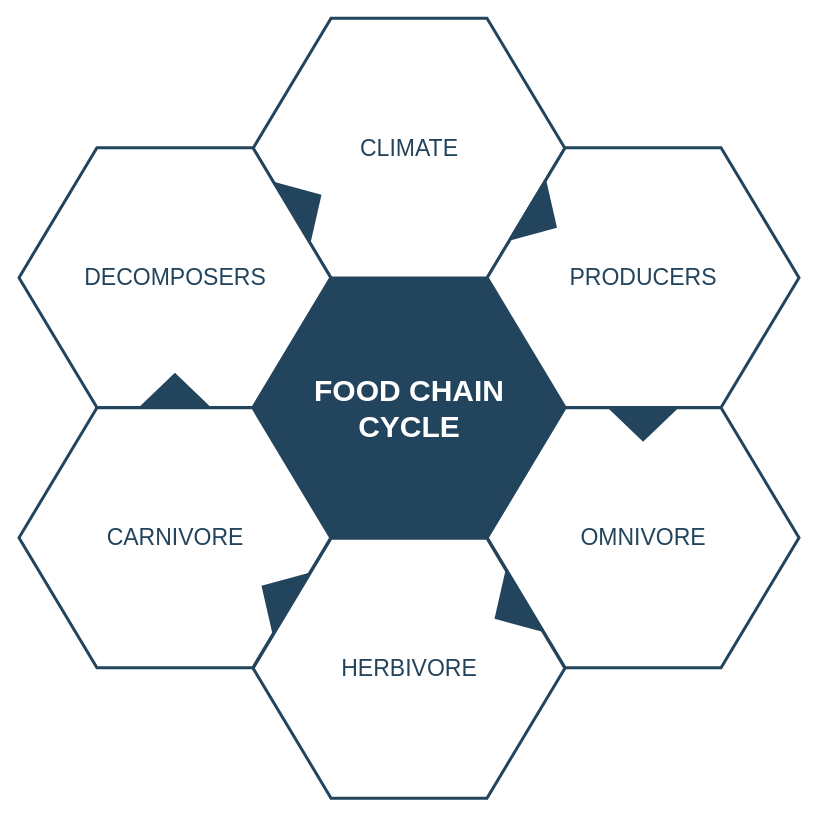
The draw.io diagram 未命名绘图.drawio in lealmeng/web-ui, before the edit. Source tidied: cells renumbered, new cells numbered last; positions are measured from the earlier drawing's top-left corner, leaving out a move shared by most shapes. Both pictures are drawn from the tidied source at 100%, with x=0, y=0 at pixel (18, 18).
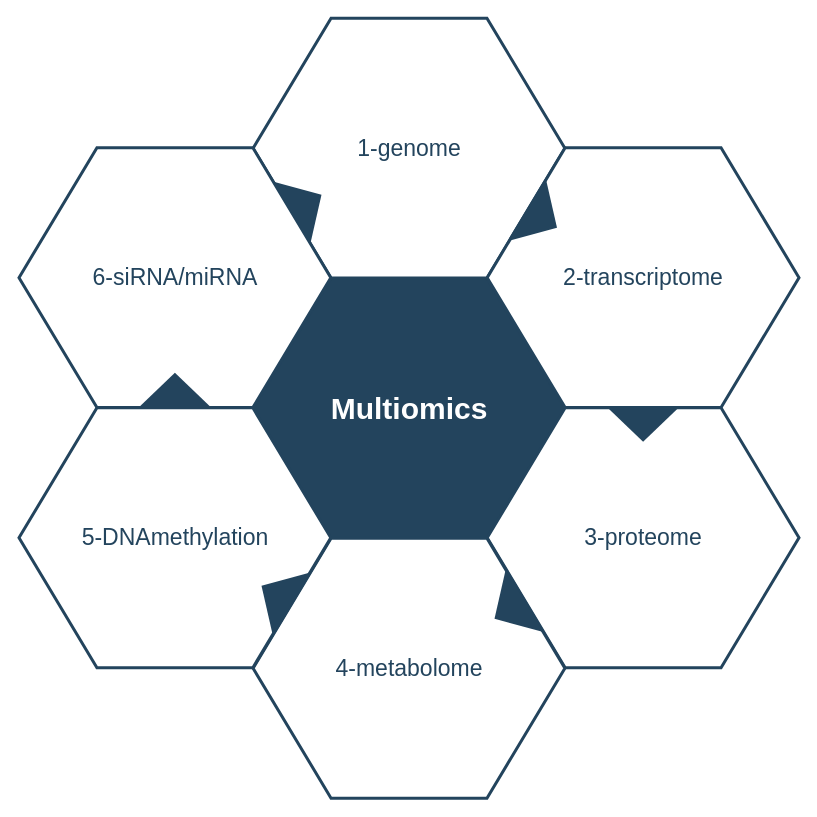
Above is the later version.

Commit message:
更新未命名绘图.drawio

Change to the diagram source:
```diff
@@
 <mxGraphModel>
   <root>
     <mxCell id="0" />
     <mxCell id="1" parent="0" />
-    <mxCell id="2" value="&lt;font style=&quot;font-size: 30px&quot; color=&quot;#ffffff&quot;&gt;&lt;b&gt;&lt;span&gt;FOOD CHAIN&lt;/span&gt;&lt;br&gt;&lt;span&gt;CYCLE&lt;/span&gt;&lt;/b&gt;&lt;/font&gt;&lt;br&gt;" style="shape=hexagon;perimeter=hexagonPerimeter2;whiteSpace=wrap;html=1;shadow=0;labelBackgroundColor=none;strokeColor=#23445D;fillColor=#23445D;gradientColor=none;fontFamily=Helvetica;fontSize=23;fontColor=#23445d;align=center;strokeWidth=3;" parent="1" vertex="1">
+    <mxCell id="2" value="&lt;font color=&quot;#ffffff&quot;&gt;&lt;span style=&quot;font-size: 30px;&quot;&gt;&lt;b&gt;Multiomics&lt;/b&gt;&lt;/span&gt;&lt;/font&gt;" style="shape=hexagon;perimeter=hexagonPerimeter2;whiteSpace=wrap;html=1;shadow=0;labelBackgroundColor=none;strokeColor=#23445D;fillColor=#23445D;gradientColor=none;fontFamily=Helvetica;fontSize=23;fontColor=#23445d;align=center;strokeWidth=3;" parent="1" vertex="1">
       <mxGeometry x="234.6" y="259.8" width="311.8" height="259.9" as="geometry" />
     </mxCell>
     <mxCell id="3" style="triangle;whiteSpace=wrap;html=1;shadow=0;labelBackgroundColor=none;strokeColor=none;fillColor=#FFFFFF;fontFamily=Helvetica;fontSize=17;fontColor=#23445d;align=center;rotation=90;gradientColor=none;flipV=1;flipH=1;opacity=20;" parent="1" vertex="1">
       <mxGeometry x="115.5" y="277.7" width="72" height="152" as="geometry" />
     </mxCell>
-    <mxCell id="4" value="&lt;font style=&quot;font-size: 23px&quot;&gt;CLIMATE&lt;/font&gt;" style="shape=hexagon;perimeter=hexagonPerimeter2;whiteSpace=wrap;html=1;shadow=0;labelBackgroundColor=none;strokeColor=#23445D;fillColor=#ffffff;gradientColor=none;fontFamily=Helvetica;fontSize=23;fontColor=#23445D;align=center;strokeWidth=3;" parent="1" vertex="1">
+    <mxCell id="4" value="&lt;font style=&quot;font-size: 23px&quot;&gt;1-genome&lt;/font&gt;" style="shape=hexagon;perimeter=hexagonPerimeter2;whiteSpace=wrap;html=1;shadow=0;labelBackgroundColor=none;strokeColor=#23445D;fillColor=#ffffff;gradientColor=none;fontFamily=Helvetica;fontSize=23;fontColor=#23445D;align=center;strokeWidth=3;" parent="1" vertex="1">
       <mxGeometry x="234.6" y="-0.3" width="311.8" height="259.9" as="geometry" />
     </mxCell>
-    <mxCell id="5" value="&lt;font style=&quot;font-size: 23px&quot;&gt;PRODUCERS&lt;/font&gt;" style="shape=hexagon;perimeter=hexagonPerimeter2;whiteSpace=wrap;html=1;shadow=0;labelBackgroundColor=none;strokeColor=#23445D;fillColor=#FFFFFF;gradientColor=none;fontFamily=Helvetica;fontSize=23;fontColor=#23445d;align=center;strokeWidth=3;" parent="1" vertex="1">
+    <mxCell id="5" value="&lt;font style=&quot;font-size: 23px&quot;&gt;2-transcriptome&lt;/font&gt;" style="shape=hexagon;perimeter=hexagonPerimeter2;whiteSpace=wrap;html=1;shadow=0;labelBackgroundColor=none;strokeColor=#23445D;fillColor=#FFFFFF;gradientColor=none;fontFamily=Helvetica;fontSize=23;fontColor=#23445d;align=center;strokeWidth=3;" parent="1" vertex="1">
       <mxGeometry x="468.7" y="129.2" width="311.8" height="259.9" as="geometry" />
     </mxCell>
-    <mxCell id="6" value="&lt;font style=&quot;font-size: 23px&quot;&gt;OMNIVORE&lt;/font&gt;" style="shape=hexagon;perimeter=hexagonPerimeter2;whiteSpace=wrap;html=1;shadow=0;labelBackgroundColor=none;strokeColor=#23445D;fillColor=#FFFFFF;gradientColor=none;fontFamily=Helvetica;fontSize=23;fontColor=#23445d;align=center;strokeWidth=3;" parent="1" vertex="1">
+    <mxCell id="6" value="&lt;font style=&quot;font-size: 23px&quot;&gt;3-proteome&lt;/font&gt;" style="shape=hexagon;perimeter=hexagonPerimeter2;whiteSpace=wrap;html=1;shadow=0;labelBackgroundColor=none;strokeColor=#23445D;fillColor=#FFFFFF;gradientColor=none;fontFamily=Helvetica;fontSize=23;fontColor=#23445d;align=center;strokeWidth=3;" parent="1" vertex="1">
       <mxGeometry x="468.7" y="389.3" width="311.8" height="259.9" as="geometry" />
     </mxCell>
-    <mxCell id="7" value="&lt;font style=&quot;font-size: 23px&quot;&gt;HERBIVORE&lt;/font&gt;" style="shape=hexagon;perimeter=hexagonPerimeter2;whiteSpace=wrap;html=1;shadow=0;labelBackgroundColor=none;strokeColor=#23445D;fillColor=#FFFFFF;gradientColor=none;fontFamily=Helvetica;fontSize=23;fontColor=#23445d;align=center;strokeWidth=3;" parent="1" vertex="1">
+    <mxCell id="7" value="&lt;font style=&quot;font-size: 23px&quot;&gt;4-metabolome&lt;/font&gt;" style="shape=hexagon;perimeter=hexagonPerimeter2;whiteSpace=wrap;html=1;shadow=0;labelBackgroundColor=none;strokeColor=#23445D;fillColor=#FFFFFF;gradientColor=none;fontFamily=Helvetica;fontSize=23;fontColor=#23445d;align=center;strokeWidth=3;" parent="1" vertex="1">
       <mxGeometry x="234.6" y="519.8" width="311.8" height="259.9" as="geometry" />
     </mxCell>
-    <mxCell id="8" value="&lt;font style=&quot;font-size: 23px&quot;&gt;CARNIVORE&lt;/font&gt;" style="shape=hexagon;perimeter=hexagonPerimeter2;whiteSpace=wrap;html=1;shadow=0;labelBackgroundColor=none;strokeColor=#23445D;fillColor=#FFFFFF;gradientColor=none;fontFamily=Helvetica;fontSize=23;fontColor=#23445d;align=center;strokeWidth=3;" parent="1" vertex="1">
+    <mxCell id="8" value="&lt;font style=&quot;font-size: 23px&quot;&gt;5-DNAmethylation&lt;/font&gt;" style="shape=hexagon;perimeter=hexagonPerimeter2;whiteSpace=wrap;html=1;shadow=0;labelBackgroundColor=none;strokeColor=#23445D;fillColor=#FFFFFF;gradientColor=none;fontFamily=Helvetica;fontSize=23;fontColor=#23445d;align=center;strokeWidth=3;" parent="1" vertex="1">
       <mxGeometry x="0.5" y="389.3" width="311.8" height="259.9" as="geometry" />
     </mxCell>
-    <mxCell id="9" value="&lt;font style=&quot;font-size: 23px;&quot;&gt;DECOMPOSERS&lt;/font&gt;" style="shape=hexagon;perimeter=hexagonPerimeter2;whiteSpace=wrap;html=1;shadow=0;labelBackgroundColor=none;strokeColor=#23445D;fillColor=#ffffff;gradientColor=none;fontFamily=Helvetica;fontSize=23;fontColor=#23445D;align=center;strokeWidth=3;" parent="1" vertex="1">
+    <mxCell id="9" value="&lt;font style=&quot;font-size: 23px;&quot;&gt;6-siRNA/miRNA&lt;/font&gt;" style="shape=hexagon;perimeter=hexagonPerimeter2;whiteSpace=wrap;html=1;shadow=0;labelBackgroundColor=none;strokeColor=#23445D;fillColor=#ffffff;gradientColor=none;fontFamily=Helvetica;fontSize=23;fontColor=#23445D;align=center;strokeWidth=3;" parent="1" vertex="1">
       <mxGeometry x="0.5" y="129.2" width="311.8" height="259.9" as="geometry" />
     </mxCell>
     <mxCell id="10" style="triangle;whiteSpace=wrap;html=1;shadow=0;labelBackgroundColor=none;strokeColor=none;fillColor=#23445D;fontFamily=Helvetica;fontSize=17;fontColor=#23445d;align=center;rotation=31;gradientColor=none;strokeWidth=3;" parent="1" vertex="1">
       <mxGeometry x="506" y="163.7" width="35" height="73" as="geometry" />
     </mxCell>
     <mxCell id="11" style="triangle;whiteSpace=wrap;html=1;shadow=0;labelBackgroundColor=none;strokeColor=none;fillColor=#23445D;fontFamily=Helvetica;fontSize=17;fontColor=#23445d;align=center;rotation=31;gradientColor=none;flipH=1;strokeWidth=3;" parent="1" vertex="1">
       <mxGeometry x="240.5" y="539.7" width="35" height="73" as="geometry" />
     </mxCell>
     <mxCell id="12" style="triangle;whiteSpace=wrap;html=1;shadow=0;labelBackgroundColor=none;strokeColor=none;fillColor=#23445D;fontFamily=Helvetica;fontSize=17;fontColor=#23445d;align=center;rotation=329;gradientColor=none;strokeWidth=3;" parent="1" vertex="1">
       <mxGeometry x="270.5" y="148.7" width="35" height="73" as="geometry" />
     </mxCell>
     <mxCell id="13" style="triangle;whiteSpace=wrap;html=1;shadow=0;labelBackgroundColor=none;strokeColor=none;fillColor=#23445D;fontFamily=Helvetica;fontSize=17;fontColor=#23445d;align=center;rotation=329;gradientColor=none;flipH=1;strokeWidth=3;" parent="1" vertex="1">
       <mxGeometry x="473.5" y="554.7" width="35" height="73" as="geometry" />
     </mxCell>
     <mxCell id="14" style="triangle;whiteSpace=wrap;html=1;shadow=0;labelBackgroundColor=none;strokeColor=none;fillColor=#23445D;fontFamily=Helvetica;fontSize=17;fontColor=#23445d;align=center;rotation=90;gradientColor=none;strokeWidth=3;" parent="1" vertex="1">
       <mxGeometry x="607.1" y="369.2" width="35" height="73" as="geometry" />
     </mxCell>
     <mxCell id="15" style="triangle;whiteSpace=wrap;html=1;shadow=0;labelBackgroundColor=none;strokeColor=none;fillColor=#23445D;fontFamily=Helvetica;fontSize=17;fontColor=#23445d;align=center;rotation=90;gradientColor=none;flipH=1;strokeWidth=3;" parent="1" vertex="1">
       <mxGeometry x="138.9" y="335.2" width="35" height="73" as="geometry" />
     </mxCell>
   </root>
 </mxGraphModel>
```
